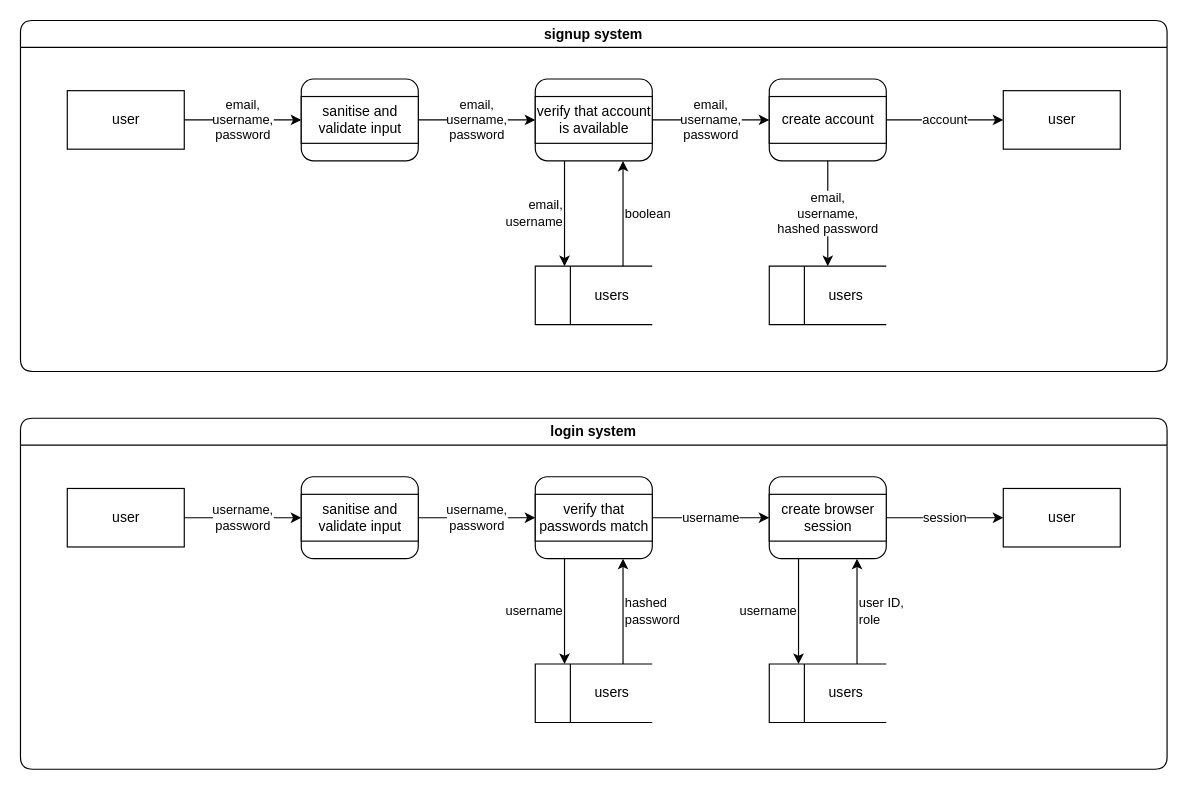
The draw.io diagram doc/dfd.drawio in nozzato/nshare, before the edit. Source tidied: cells renumbered, new cells numbered last; positions are measured from the earlier drawing's top-left corner, leaving out a move shared by most shapes. Both pictures are drawn from the tidied source at 117%, with x=0, y=0 at pixel (20, 20).
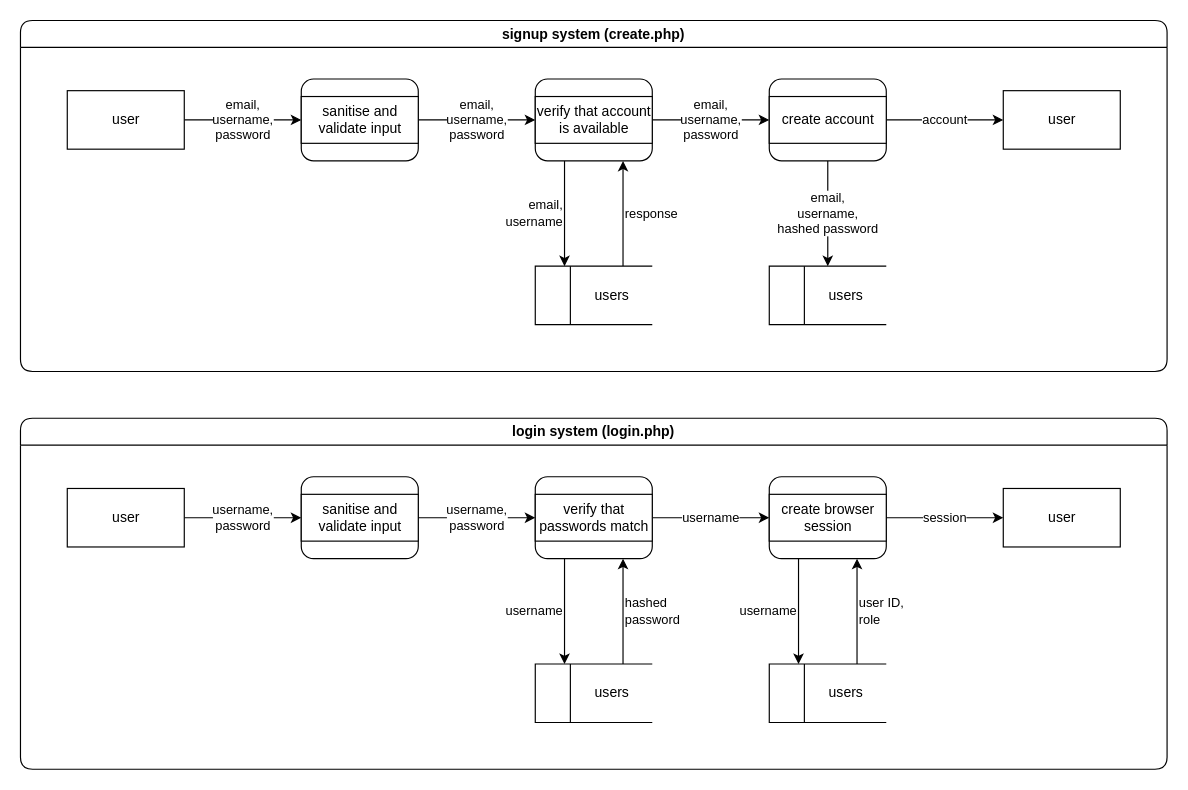
After the change.

Commit message (it also covers changes not shown here):
Update flowchart and add DFDs

The change refers to these unchanged cells:
```xml
<mxCell id="9" style="html=1;dashed=0;whitespace=wrap;rounded=1;glass=0;sketch=0;" parent="2" vertex="1">
  <mxGeometry x="440" y="50" width="100" height="70" as="geometry" />
</mxCell>
<mxCell id="13" value="&lt;span style=&quot;white-space: pre;&quot;&gt;&#9;&lt;/span&gt;users" style="html=1;dashed=0;whitespace=wrap;shape=mxgraph.dfd.dataStoreID;align=center;spacingLeft=3;points=[[0,0],[0.5,0],[1,0],[0,0.5],[1,0.5],[0,1],[0.5,1],[1,1]];rounded=0;glass=0;sketch=0;" parent="2" vertex="1">
  <mxGeometry x="440" y="210" width="100" height="50" as="geometry" />
</mxCell>
```

What changed in the source:
```diff
@@
-    <mxCell id="2" value="signup system" style="swimlane;whiteSpace=wrap;html=1;glass=0;rounded=1;" parent="1" vertex="1">
+    <mxCell id="2" value="signup system (create.php)" style="swimlane;whiteSpace=wrap;html=1;glass=0;rounded=1;" parent="1" vertex="1">
       <mxGeometry width="980" height="300" as="geometry" />
     </mxCell>
@@
-    <mxCell id="12" value="boolean" style="edgeStyle=orthogonalEdgeStyle;rounded=0;jettySize=auto;html=1;exitX=0.75;exitY=0;exitDx=0;exitDy=0;entryX=0.75;entryY=1;entryDx=0;entryDy=0;exitPerimeter=0;align=left;" parent="2" edge="1" source="13" target="9">
+    <mxCell id="12" value="response" style="edgeStyle=orthogonalEdgeStyle;rounded=0;jettySize=auto;html=1;exitX=0.75;exitY=0;exitDx=0;exitDy=0;entryX=0.75;entryY=1;entryDx=0;entryDy=0;exitPerimeter=0;align=left;" parent="2" edge="1" source="13" target="9">
       <mxGeometry relative="1" as="geometry" />
     </mxCell>
@@
-    <mxCell id="20" value="login system" style="swimlane;whiteSpace=wrap;html=1;glass=0;rounded=1;" parent="1" vertex="1">
+    <mxCell id="20" value="login system (login.php)" style="swimlane;whiteSpace=wrap;html=1;glass=0;rounded=1;" parent="1" vertex="1">
       <mxGeometry y="340" width="980" height="300" as="geometry" />
     </mxCell>
```
